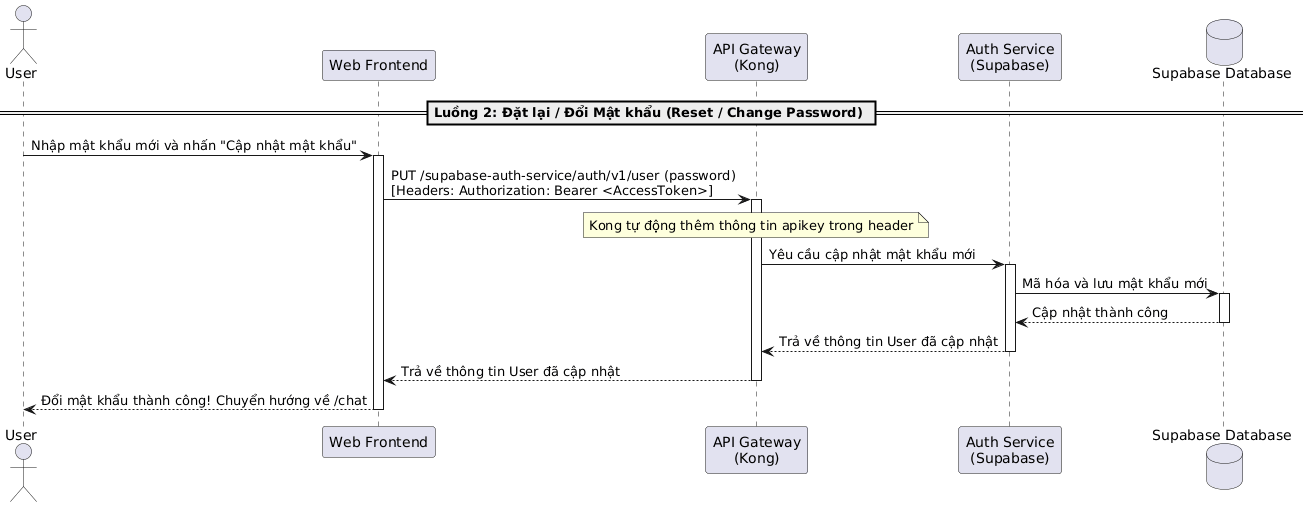
The PlantUML diagram latex/contents/Sequence/UML-Sequence-UserResetChangePassword.png in 20206205Tech/docs-latex, before a commit.
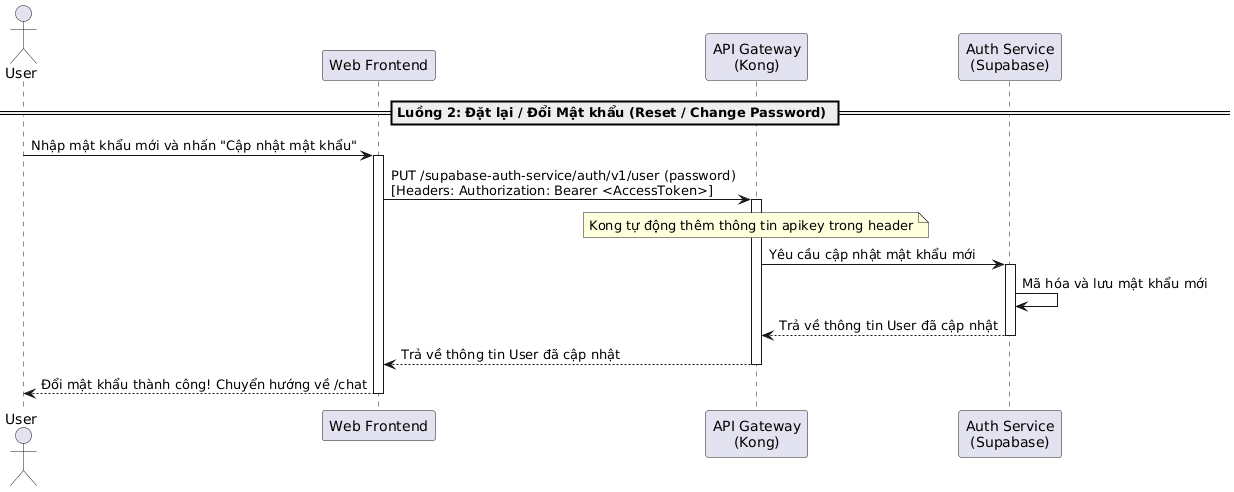
Later version of the same file.

Diff of the diagram source:
```diff
@@ -3,7 +3,6 @@
 participant "Web Frontend" as Frontend
 participant "API Gateway\n(Kong)" as Kong
 participant "Auth Service\n(Supabase)" as AuthService
-database "Supabase Database" as DB
 
 == Luồng 2: Đặt lại / Đổi Mật khẩu (Reset / Change Password) ==
 User -> Frontend: Nhập mật khẩu mới và nhấn "Cập nhật mật khẩu"
@@ -12,14 +11,15 @@
 Frontend -> Kong: PUT /supabase-auth-service/auth/v1/user (password) \n[Headers: Authorization: Bearer <AccessToken>]
 activate Kong
 note over Kong: Kong tự động thêm thông tin apikey trong header
+
 Kong -> AuthService: Yêu cầu cập nhật mật khẩu mới
 activate AuthService
-AuthService -> DB: Mã hóa và lưu mật khẩu mới
-activate DB
-DB --> AuthService: Cập nhật thành công
-deactivate DB
+
+AuthService -> AuthService: Mã hóa và lưu mật khẩu mới
+
 AuthService --> Kong: Trả về thông tin User đã cập nhật
 deactivate AuthService
+
 Kong --> Frontend: Trả về thông tin User đã cập nhật
 deactivate Kong
 
```
